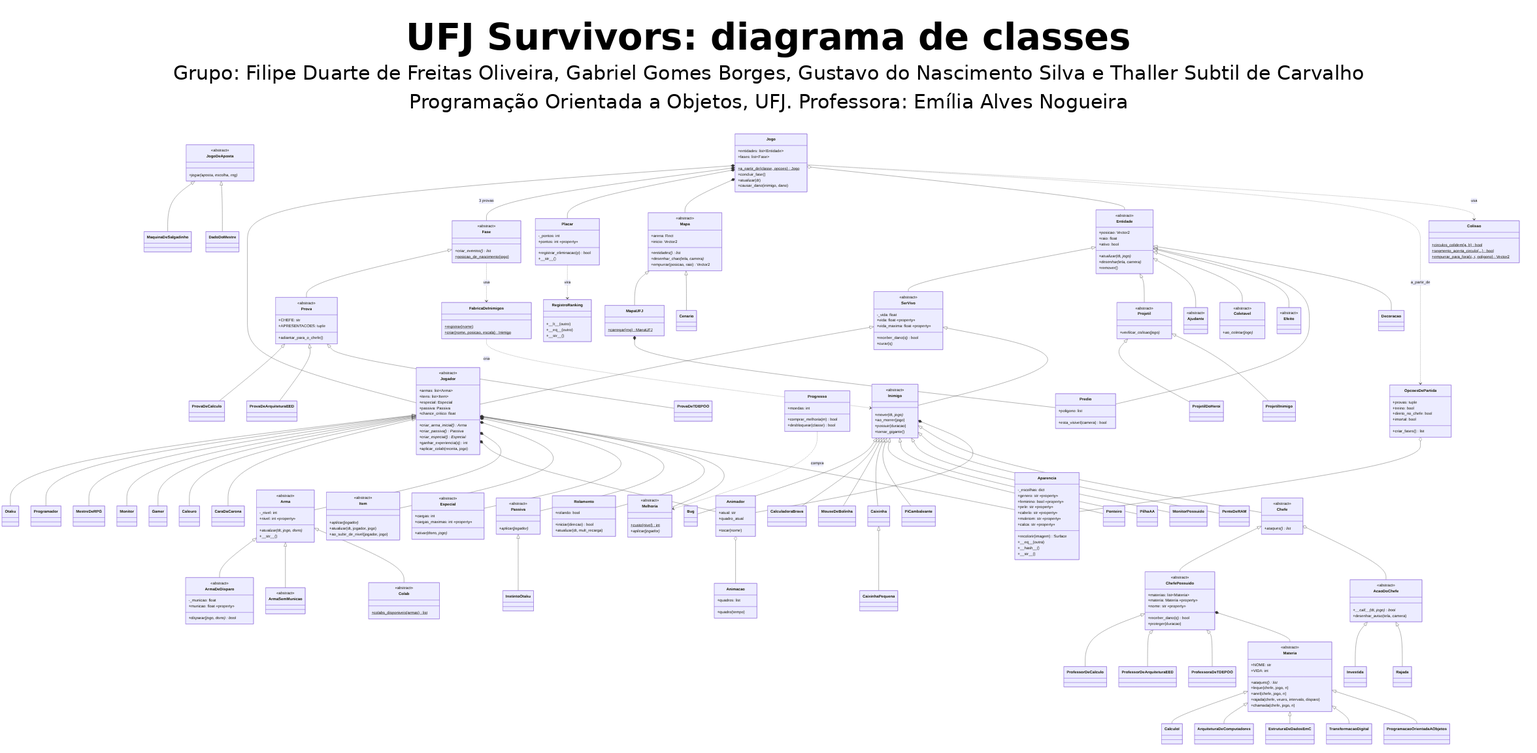
Above: docs/entregas/diagrama_classes.png in thallersubtil/UFJ-Survivors (Mermaid), before the change. Its source is kept beside it as docs/diagrama_classes.mmd.
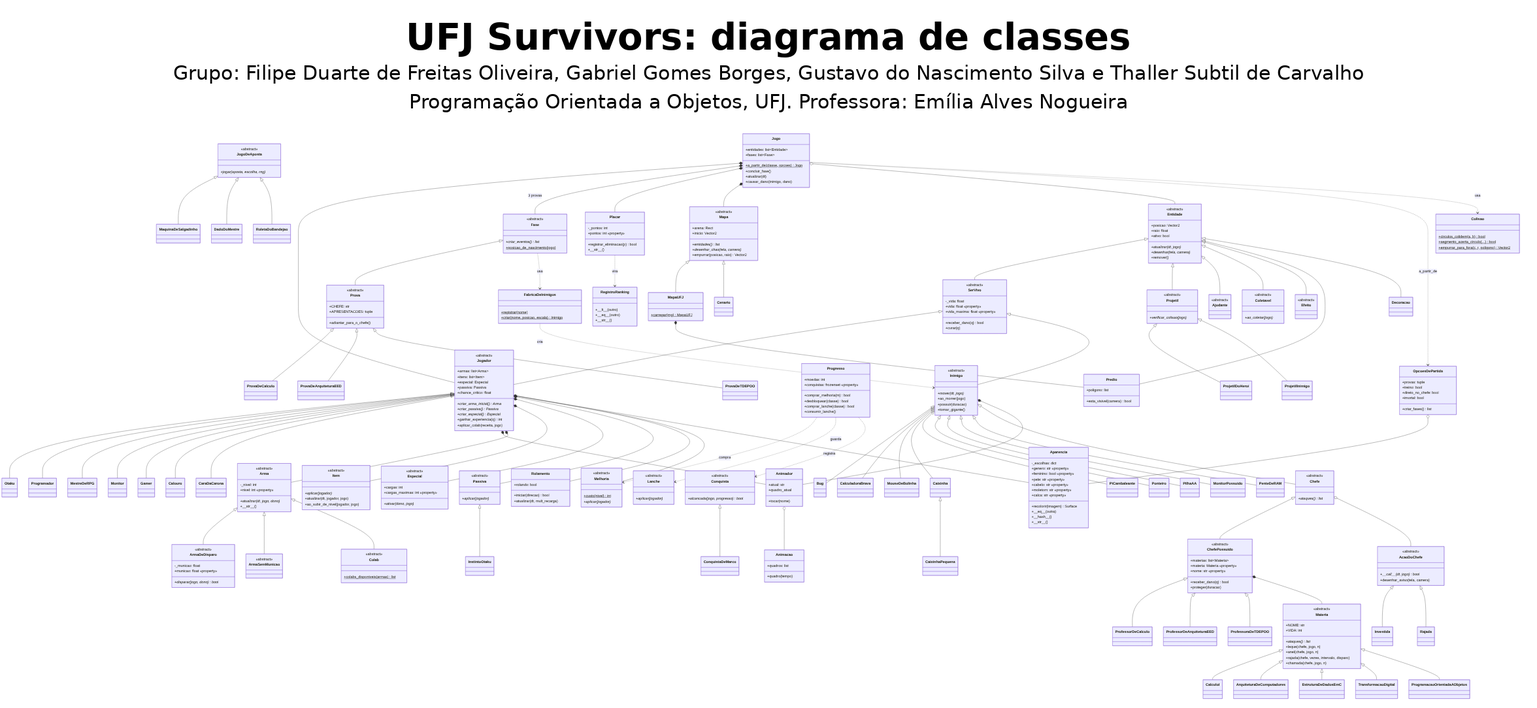
After the commit.

Change to the diagram source:
```diff
@@ -158,7 +158,20 @@
         +moedas: int
         +comprar_melhoria(m) bool
         +desbloquear(classe) bool
+        +comprar_lanche(classe) bool
+        +consumir_lanche()
+        +conquistas: frozenset «property»
     }
+    class Lanche {
+        <<abstract>>
+        +aplicar(jogador)*
+    }
+    class Conquista {
+        <<abstract>>
+        +alcancada(jogo, progresso)* bool
+    }
+    class ConquistaDeMarco
+    class RoletaDoBandejao
     class JogoDeAposta {
         <<abstract>>
         +jogar(aposta, escolha, rng)*
@@ -326,6 +339,10 @@
     Progresso ..> Melhoria : compra
     JogoDeAposta <|-- MaquinaDeSalgadinho
     JogoDeAposta <|-- DadoDoMestre
+    JogoDeAposta <|-- RoletaDoBandejao
+    Conquista <|-- ConquistaDeMarco
+    Progresso ..> Lanche : guarda
+    Progresso ..> Conquista : registra
     Jogador o-- Aparencia
     OpcoesDePartida o-- Aparencia
     Jogo ..> OpcoesDePartida : a_partir_de
```
